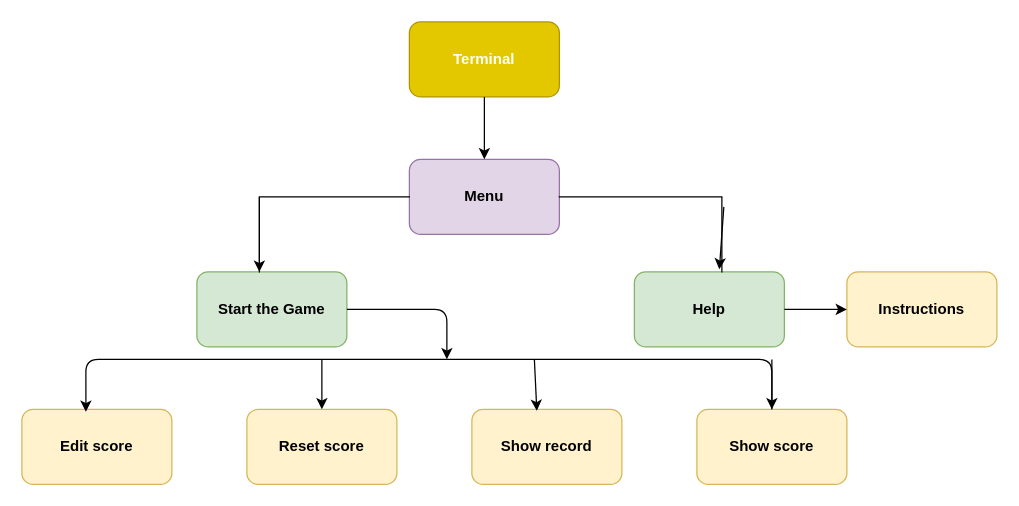
This is 2_Design/Untitled Diagram.drawio from Saijoshitha/ltts_miniproject_c, a draw.io file, before an edit. Source tidied: cells renumbered, new cells numbered last; positions are measured from the earlier drawing's top-left corner, leaving out a move shared by most shapes. Both pictures are drawn from the tidied source at 125%, with x=0, y=0 at pixel (21, 21).
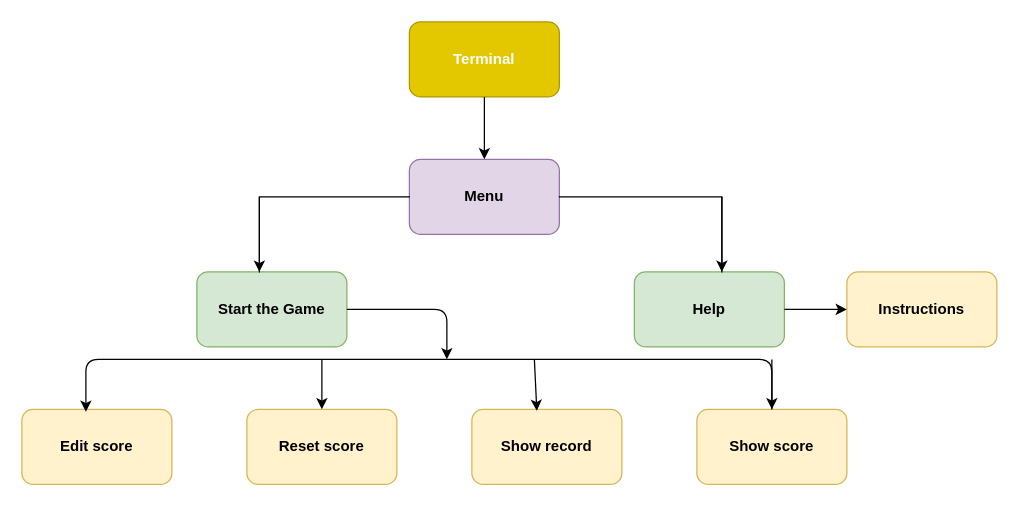
Above is the later version.

The change refers to these unchanged cells:
```xml
<mxCell id="7" style="shape=partialRectangle;whiteSpace=wrap;html=1;bottom=0;right=0;fillColor=none;direction=south;" parent="1" vertex="1">
  <mxGeometry x="430" y="140" width="130" height="60" as="geometry" />
</mxCell>
```

Change to the diagram source:
```diff
@@
-    <mxCell id="21" style="endArrow=classic;html=1;exitX=0.133;exitY=-0.012;exitDx=0;exitDy=0;exitPerimeter=0;" parent="1" edge="1" source="7">
+    <mxCell id="21" style="endArrow=classic;html=1;" parent="1" edge="1">
       <mxGeometry relative="1" as="geometry">
-        <mxPoint x="558" y="198" as="targetPoint" />
+        <mxPoint x="560" y="140" as="sourcePoint" />
+        <mxPoint x="560" y="200" as="targetPoint" />
       </mxGeometry>
     </mxCell>
```
